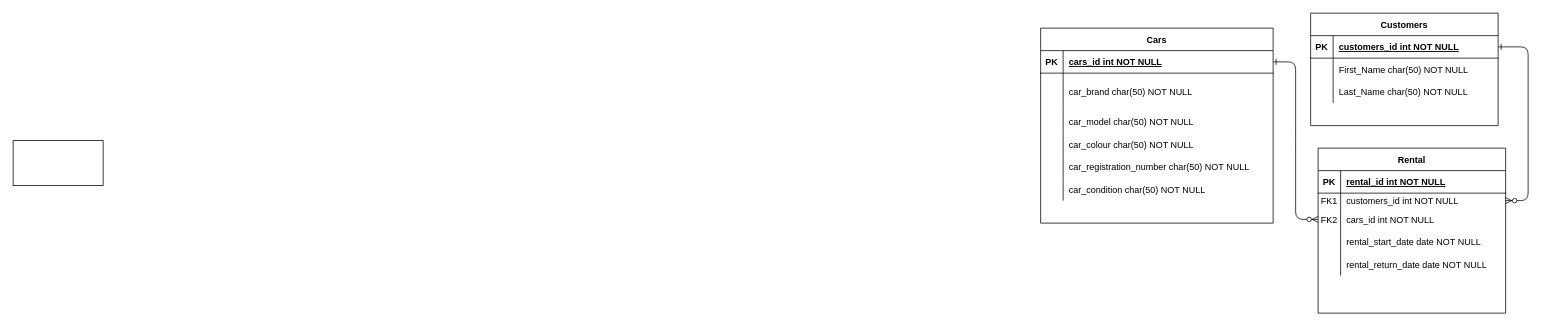
Earlier version of the draw.io diagram Untitled Diagram.drawio (SlyMaster85/kursGITsda). Source tidied: cells renumbered, new cells numbered last; positions are measured from the earlier drawing's top-left corner, leaving out a move shared by most shapes. Both pictures are drawn from the tidied source at 75%, with x=0, y=0 at pixel (13, 13).
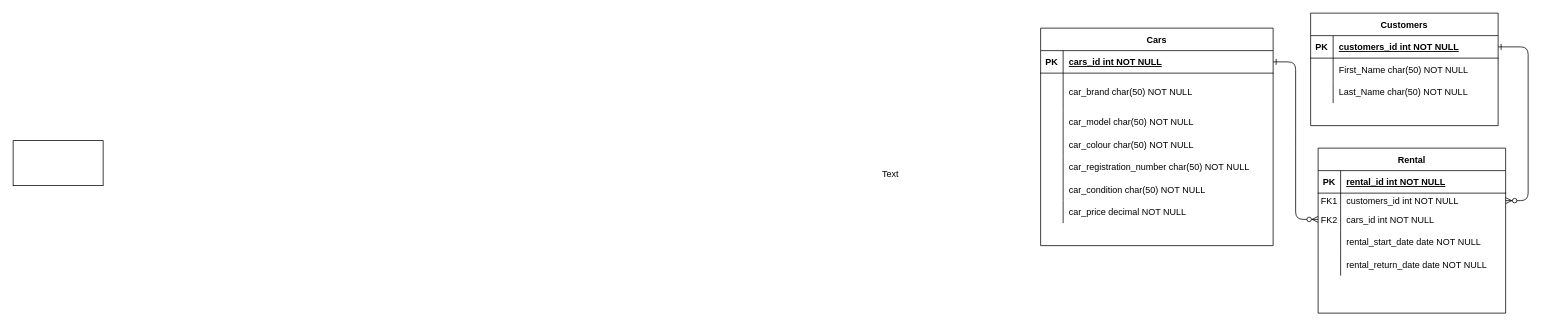
After the change.

Diff of the diagram source:
```diff
@@
     <mxCell id="30" value="Cars" style="shape=table;startSize=30;childLayout=tableLayout;rowLines=0;fontStyle=1;align=center;" parent="1" vertex="1">
-      <mxGeometry x="1370" y="20" width="310" height="260" as="geometry" />
+      <mxGeometry x="1370" y="20" width="310" height="290" as="geometry" />
     </mxCell>
@@
+    <mxCell id="50" style="shape=tableRow;horizontal=0;startSize=0;swimlaneHead=0;swimlaneBody=0;fillColor=none;top=0;left=0;right=0;bottom=0;" parent="30" vertex="1">
+      <mxGeometry y="230" width="310" height="30" as="geometry" />
+    </mxCell>
+    <mxCell id="51" style="shape=partialRectangle;fillColor=none;top=0;left=0;bottom=0;right=0;overflow=hidden;" parent="50" vertex="1">
+      <mxGeometry width="30" height="30" as="geometry" />
+    </mxCell>
+    <mxCell id="52" value="car_price decimal NOT NULL" style="shape=partialRectangle;fillColor=none;top=0;left=0;bottom=0;right=0;align=left;spacingLeft=6;overflow=hidden;" parent="50" vertex="1">
+      <mxGeometry x="30" width="280" height="30" as="geometry" />
+    </mxCell>
@@
+    <mxCell id="53" value="Text" style="text;html=1;strokeColor=none;fillColor=none;align=center;verticalAlign=middle;whiteSpace=wrap;rounded=0;" parent="1" vertex="1">
+      <mxGeometry x="1140" y="200" width="60" height="30" as="geometry" />
+    </mxCell>
```
